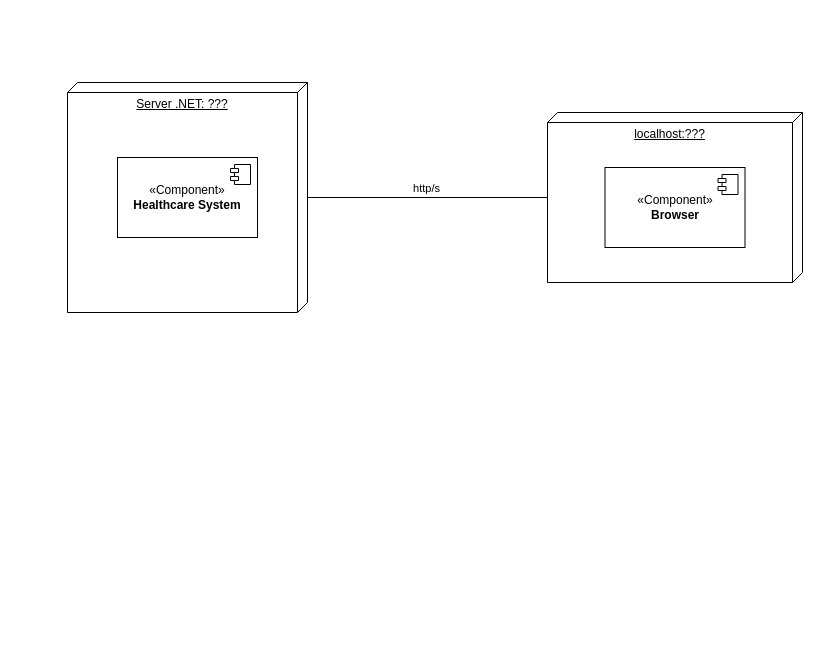
Above: docs/global-artifacts/03.design/physical-view/level-2/drawio/N2-VF.drawio in vscosousa/LAPR5_3DC_G15 (draw.io), before the change. Source tidied: cells renumbered, new cells numbered last; positions are measured from the earlier drawing's top-left corner, leaving out a move shared by most shapes. Both pictures are drawn from the tidied source at 100%, with x=0, y=0 at pixel (67, 82).
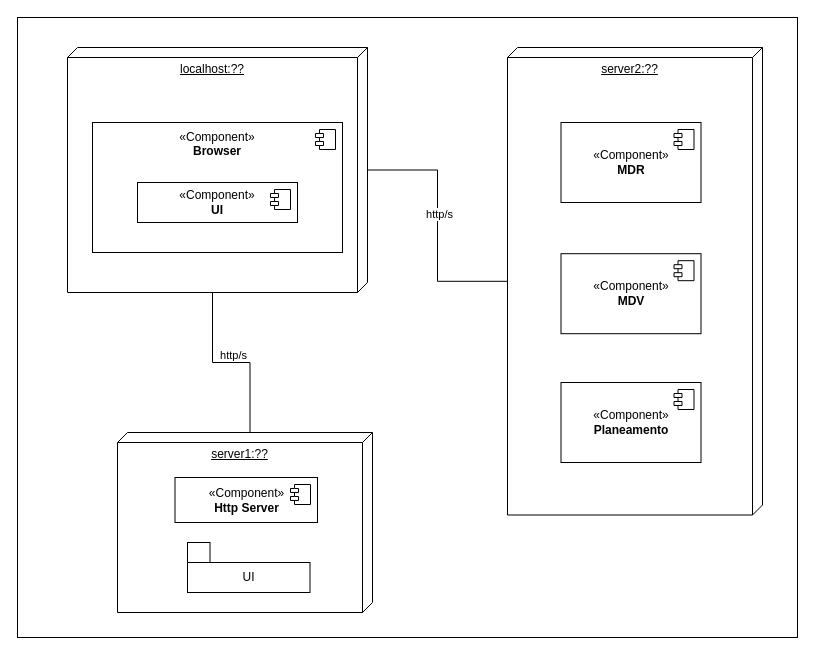
The same diagram, later.

Diff of the diagram source:
```diff
@@
+    <mxCell id="10" parent="0" />
+    <mxCell id="11" style="rounded=0;whiteSpace=wrap;html=1;" parent="10" vertex="1">
+      <mxGeometry x="-50" y="-65" width="780" height="620" as="geometry" />
+    </mxCell>
+    <mxCell id="12" style="edgeStyle=orthogonalEdgeStyle;rounded=0;jettySize=auto;html=1;endArrow=none;endFill=0;entryX=0;entryY=0;entryDx=245;entryDy=155;entryPerimeter=0;exitX=0;exitY=0;exitDx=0;exitDy=122.5;exitPerimeter=0;" parent="10" edge="1" source="15" target="5">
+      <mxGeometry relative="1" as="geometry" />
+    </mxCell>
+    <mxCell id="13" value="http/s" style="edgeLabel;html=1;align=center;verticalAlign=middle;" parent="12" vertex="1">
+      <mxGeometry x="-0.02" y="1" relative="1" as="geometry">
+        <mxPoint y="-9" as="offset" />
+      </mxGeometry>
+    </mxCell>
+    <mxCell id="14" style="group;" parent="10" vertex="1">
+      <mxGeometry x="50" y="350" width="255" height="180" as="geometry" />
+    </mxCell>
+    <mxCell id="15" value="server1:??" style="verticalAlign=top;align=center;spacingTop=8;spacingLeft=2;spacingRight=12;shape=cube;size=10;direction=south;fontStyle=4;html=1;whiteSpace=wrap;" parent="14" vertex="1">
+      <mxGeometry width="255" height="180" as="geometry" />
+    </mxCell>
+    <mxCell id="16" value="«Component&lt;span style=&quot;background-color: initial;&quot;&gt;»&lt;/span&gt;&lt;div&gt;&lt;b&gt;Http Server&lt;/b&gt;&lt;/div&gt;" style="html=1;whiteSpace=wrap;" parent="14" vertex="1">
+      <mxGeometry x="57.5" y="45" width="142.5" height="45" as="geometry" />
+    </mxCell>
+    <mxCell id="17" style="shape=module;jettyWidth=8;jettyHeight=4;" parent="16" vertex="1">
+      <mxGeometry x="1" width="20" height="20" relative="1" as="geometry">
+        <mxPoint x="-27" y="7" as="offset" />
+      </mxGeometry>
+    </mxCell>
+    <mxCell id="18" style="group;" parent="14" vertex="1">
+      <mxGeometry x="70" y="110" width="122.5" height="50" as="geometry" />
+    </mxCell>
+    <mxCell id="19" value="UI" style="rounded=0;whiteSpace=wrap;html=1;" parent="18" vertex="1">
+      <mxGeometry y="20" width="122.5" height="30" as="geometry" />
+    </mxCell>
+    <mxCell id="20" style="rounded=0;whiteSpace=wrap;html=1;" parent="18" vertex="1">
+      <mxGeometry width="22.5" height="20" as="geometry" />
+    </mxCell>
@@
-    <mxCell id="2" value="localhost:???" style="verticalAlign=top;align=center;spacingTop=8;spacingLeft=2;spacingRight=12;shape=cube;size=10;direction=south;fontStyle=4;html=1;whiteSpace=wrap;" parent="1" vertex="1">
-      <mxGeometry x="480" y="30" width="255" height="170" as="geometry" />
-    </mxCell>
@@
+    <mxCell id="21" style="group;" parent="1" vertex="1">
+      <mxGeometry x="440" y="-35" width="255" height="467.5" as="geometry" />
+    </mxCell>
+    <mxCell id="2" value="server2:??" style="verticalAlign=top;align=center;spacingTop=8;spacingLeft=2;spacingRight=12;shape=cube;size=10;direction=south;fontStyle=4;html=1;whiteSpace=wrap;" parent="21" vertex="1">
+      <mxGeometry width="255" height="467.5" as="geometry" />
+    </mxCell>
+    <mxCell id="8" value="«Component&lt;span style=&quot;background-color: initial;&quot;&gt;»&lt;/span&gt;&lt;div&gt;&lt;b&gt;MDR&lt;/b&gt;&lt;/div&gt;" style="html=1;whiteSpace=wrap;" parent="21" vertex="1">
+      <mxGeometry x="53.5" y="75" width="140" height="80" as="geometry" />
+    </mxCell>
+    <mxCell id="9" style="shape=module;jettyWidth=8;jettyHeight=4;" parent="8" vertex="1">
+      <mxGeometry x="1" width="20" height="20" relative="1" as="geometry">
+        <mxPoint x="-27" y="7" as="offset" />
+      </mxGeometry>
+    </mxCell>
+    <mxCell id="22" value="«Component&lt;span style=&quot;background-color: initial;&quot;&gt;»&lt;/span&gt;&lt;div&gt;&lt;b&gt;MDV&lt;/b&gt;&lt;/div&gt;" style="html=1;whiteSpace=wrap;" parent="21" vertex="1">
+      <mxGeometry x="53.5" y="206.2" width="140" height="80" as="geometry" />
+    </mxCell>
+    <mxCell id="23" style="shape=module;jettyWidth=8;jettyHeight=4;" parent="22" vertex="1">
+      <mxGeometry x="1" width="20" height="20" relative="1" as="geometry">
+        <mxPoint x="-27" y="7" as="offset" />
+      </mxGeometry>
+    </mxCell>
+    <mxCell id="24" value="«Component&lt;span style=&quot;background-color: initial;&quot;&gt;»&lt;/span&gt;&lt;div&gt;&lt;b&gt;Planeamento&lt;/b&gt;&lt;/div&gt;" style="html=1;whiteSpace=wrap;" parent="21" vertex="1">
+      <mxGeometry x="53.5" y="335" width="140" height="80" as="geometry" />
+    </mxCell>
+    <mxCell id="25" style="shape=module;jettyWidth=8;jettyHeight=4;" parent="24" vertex="1">
+      <mxGeometry x="1" width="20" height="20" relative="1" as="geometry">
+        <mxPoint x="-27" y="7" as="offset" />
+      </mxGeometry>
+    </mxCell>
+    <mxCell id="26" style="group;" parent="1" vertex="1">
+      <mxGeometry y="-35" width="300" height="245" as="geometry" />
+    </mxCell>
-    <mxCell id="5" value="Server .NET: ???" style="verticalAlign=top;align=center;spacingTop=8;spacingLeft=2;spacingRight=12;shape=cube;size=10;direction=south;fontStyle=4;html=1;whiteSpace=wrap;" parent="1" vertex="1">
-      <mxGeometry width="240" height="230" as="geometry" />
+    <mxCell id="5" value="localhost:??" style="verticalAlign=top;align=center;spacingTop=8;spacingLeft=2;spacingRight=12;shape=cube;size=10;direction=south;fontStyle=4;html=1;whiteSpace=wrap;" parent="26" vertex="1">
+      <mxGeometry width="300" height="245" as="geometry" />
     </mxCell>
-    <mxCell id="6" value="«Component&lt;span style=&quot;background-color: initial;&quot;&gt;»&lt;/span&gt;&lt;div&gt;&lt;b&gt;Healthcare System&lt;/b&gt;&lt;/div&gt;" style="html=1;whiteSpace=wrap;" parent="1" vertex="1">
-      <mxGeometry x="50" y="75" width="140" height="80" as="geometry" />
+    <mxCell id="6" value="«Component&lt;span style=&quot;background-color: initial;&quot;&gt;»&lt;/span&gt;&lt;div&gt;&lt;b&gt;Browser&lt;/b&gt;&lt;/div&gt;&lt;div&gt;&lt;br&gt;&lt;/div&gt;&lt;div&gt;&lt;b&gt;&lt;br&gt;&lt;/b&gt;&lt;/div&gt;&lt;div&gt;&lt;br&gt;&lt;/div&gt;&lt;div&gt;&lt;b&gt;&lt;br&gt;&lt;/b&gt;&lt;/div&gt;&lt;div&gt;&lt;b&gt;&lt;br&gt;&lt;/b&gt;&lt;/div&gt;&lt;div&gt;&lt;br&gt;&lt;/div&gt;" style="html=1;whiteSpace=wrap;" parent="26" vertex="1">
+      <mxGeometry x="25" y="75" width="250" height="130" as="geometry" />
     </mxCell>
@@
-    <mxCell id="8" value="«Component&lt;span style=&quot;background-color: initial;&quot;&gt;»&lt;/span&gt;&lt;div&gt;&lt;b&gt;Browser&lt;/b&gt;&lt;/div&gt;" style="html=1;whiteSpace=wrap;" parent="1" vertex="1">
-      <mxGeometry x="537.5" y="85" width="140" height="80" as="geometry" />
-    </mxCell>
-    <mxCell id="9" style="shape=module;jettyWidth=8;jettyHeight=4;" parent="8" vertex="1">
-      <mxGeometry x="1" width="20" height="20" relative="1" as="geometry">
-        <mxPoint x="-27" y="7" as="offset" />
-      </mxGeometry>
-    </mxCell>
+    <mxCell id="27" value="«Component&lt;span style=&quot;background-color: initial;&quot;&gt;»&lt;/span&gt;&lt;div&gt;&lt;b&gt;UI&lt;/b&gt;&lt;/div&gt;" style="html=1;whiteSpace=wrap;" parent="26" vertex="1">
+      <mxGeometry x="70" y="135" width="160" height="40" as="geometry" />
+    </mxCell>
+    <mxCell id="28" style="shape=module;jettyWidth=8;jettyHeight=4;" parent="27" vertex="1">
+      <mxGeometry x="1" width="20" height="20" relative="1" as="geometry">
+        <mxPoint x="-27" y="7" as="offset" />
+      </mxGeometry>
+    </mxCell>
```
